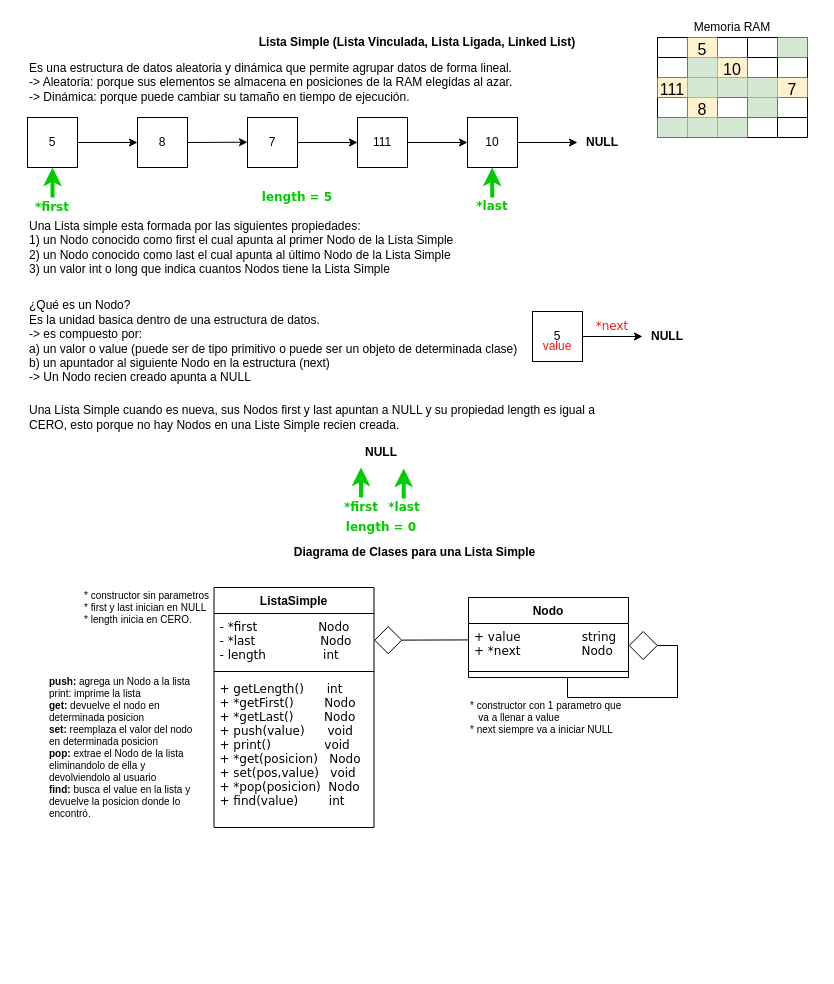
Before: 31_listaSimple/31_ListaSimple.drawio in gjparts/algoritmos-20253, a draw.io diagram. Source tidied: cells renumbered, new cells numbered last; positions are measured from the earlier drawing's top-left corner, leaving out a move shared by most shapes. Both pictures are drawn from the tidied source at 100%, with x=0, y=0 at pixel (17, 17).
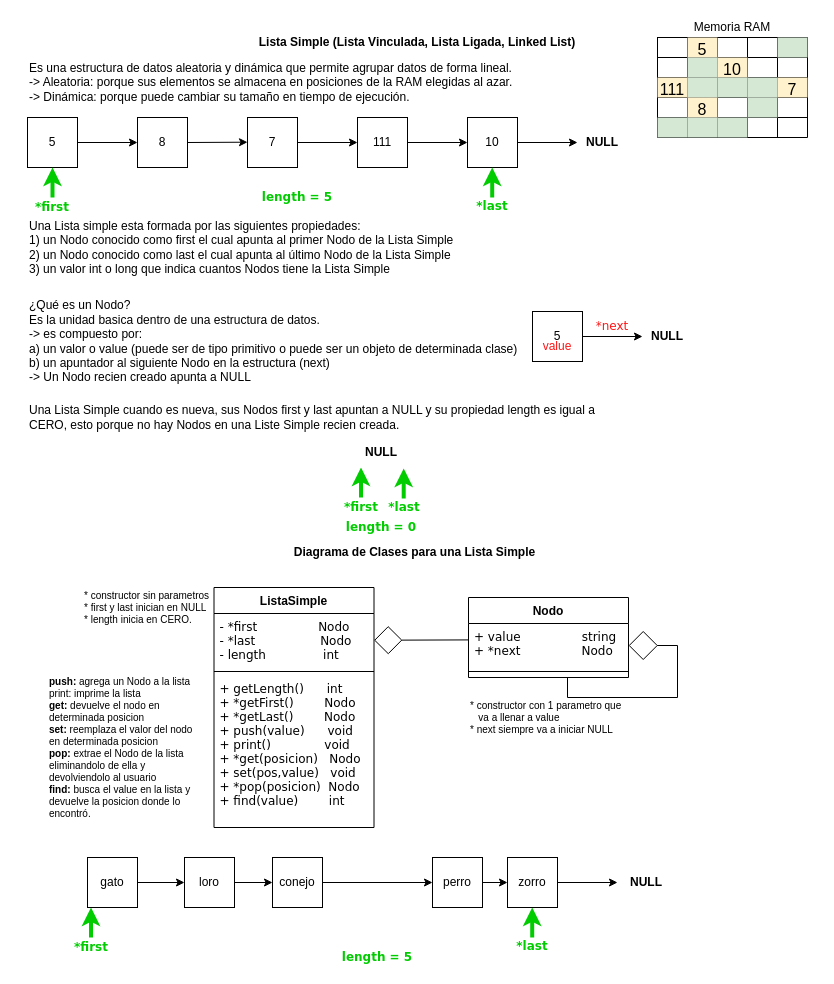
Above is the later version.

Change to the diagram source:
```diff
@@
+    <mxCell id="79" style="endArrow=classic;html=1;rounded=0;entryX=0.5;entryY=1;entryDx=0;entryDy=0;strokeColor=#00CC00;strokeWidth=4;" parent="1" edge="1">
+      <mxGeometry relative="1" as="geometry">
+        <mxPoint x="73.5" y="920" as="sourcePoint" />
+        <mxPoint x="73.5" y="890" as="targetPoint" />
+      </mxGeometry>
+    </mxCell>
+    <mxCell id="80" value="*first" style="text;html=1;whiteSpace=wrap;strokeColor=none;fillColor=none;align=center;verticalAlign=middle;rounded=0;fontColor=#00CC00;fontStyle=1;fontFamily=Verdana;" parent="1" vertex="1">
+      <mxGeometry x="43.5" y="920" width="60" height="20" as="geometry" />
+    </mxCell>
+    <mxCell id="81" value="length = 5" style="text;html=1;whiteSpace=wrap;strokeColor=none;fillColor=none;align=center;verticalAlign=middle;rounded=0;fontColor=#00CC00;fontStyle=1;fontFamily=Verdana;" parent="1" vertex="1">
+      <mxGeometry x="320" y="930" width="80" height="20" as="geometry" />
+    </mxCell>
+    <mxCell id="82" value="gato" style="whiteSpace=wrap;html=1;" parent="1" vertex="1">
+      <mxGeometry x="70" y="840" width="50" height="50" as="geometry" />
+    </mxCell>
+    <mxCell id="83" style="endArrow=classic;html=1;rounded=0;exitX=1;exitY=0.5;exitDx=0;exitDy=0;entryX=0;entryY=0.5;entryDx=0;entryDy=0;" parent="1" edge="1" source="82" target="84">
+      <mxGeometry relative="1" as="geometry" />
+    </mxCell>
+    <mxCell id="84" value="loro" style="whiteSpace=wrap;html=1;" parent="1" vertex="1">
+      <mxGeometry x="167" y="840" width="50" height="50" as="geometry" />
+    </mxCell>
+    <mxCell id="85" style="endArrow=classic;html=1;rounded=0;exitX=1;exitY=0.5;exitDx=0;exitDy=0;entryX=0;entryY=0.5;entryDx=0;entryDy=0;" parent="1" edge="1" source="84" target="88">
+      <mxGeometry relative="1" as="geometry" />
+    </mxCell>
+    <mxCell id="86" style="endArrow=classic;html=1;rounded=0;entryX=0.5;entryY=1;entryDx=0;entryDy=0;strokeColor=#00CC00;strokeWidth=4;" parent="1" edge="1">
+      <mxGeometry relative="1" as="geometry">
+        <mxPoint x="514.7" y="920" as="sourcePoint" />
+        <mxPoint x="514.7" y="890" as="targetPoint" />
+      </mxGeometry>
+    </mxCell>
+    <mxCell id="87" value="*last" style="text;html=1;whiteSpace=wrap;strokeColor=none;fillColor=none;align=center;verticalAlign=middle;rounded=0;fontColor=#00CC00;fontStyle=1;fontFamily=Verdana;" parent="1" vertex="1">
+      <mxGeometry x="485" y="919" width="60" height="20" as="geometry" />
+    </mxCell>
+    <mxCell id="88" value="conejo" style="whiteSpace=wrap;html=1;" parent="1" vertex="1">
+      <mxGeometry x="255" y="840" width="50" height="50" as="geometry" />
+    </mxCell>
+    <mxCell id="89" style="endArrow=classic;html=1;rounded=0;exitX=1;exitY=0.5;exitDx=0;exitDy=0;entryX=0;entryY=0.5;entryDx=0;entryDy=0;" parent="1" edge="1" source="88" target="90">
+      <mxGeometry relative="1" as="geometry" />
+    </mxCell>
+    <mxCell id="90" value="perro" style="whiteSpace=wrap;html=1;" parent="1" vertex="1">
+      <mxGeometry x="415" y="840" width="50" height="50" as="geometry" />
+    </mxCell>
+    <mxCell id="91" style="endArrow=classic;html=1;rounded=0;exitX=1;exitY=0.5;exitDx=0;exitDy=0;entryX=0;entryY=0.5;entryDx=0;entryDy=0;" parent="1" edge="1" source="90" target="92">
+      <mxGeometry relative="1" as="geometry" />
+    </mxCell>
+    <mxCell id="92" value="zorro" style="whiteSpace=wrap;html=1;" parent="1" vertex="1">
+      <mxGeometry x="490" y="840" width="50" height="50" as="geometry" />
+    </mxCell>
+    <mxCell id="93" style="endArrow=classic;html=1;rounded=0;exitX=1;exitY=0.5;exitDx=0;exitDy=0;entryX=0;entryY=0.5;entryDx=0;entryDy=0;" parent="1" edge="1" source="92">
+      <mxGeometry relative="1" as="geometry">
+        <mxPoint x="600" y="865" as="targetPoint" />
+      </mxGeometry>
+    </mxCell>
+    <mxCell id="94" value="NULL" style="text;html=1;whiteSpace=wrap;strokeColor=none;fillColor=none;align=center;verticalAlign=middle;rounded=0;fontStyle=1;" parent="1" vertex="1">
+      <mxGeometry x="604" y="850" width="50" height="30" as="geometry" />
+    </mxCell>
```
